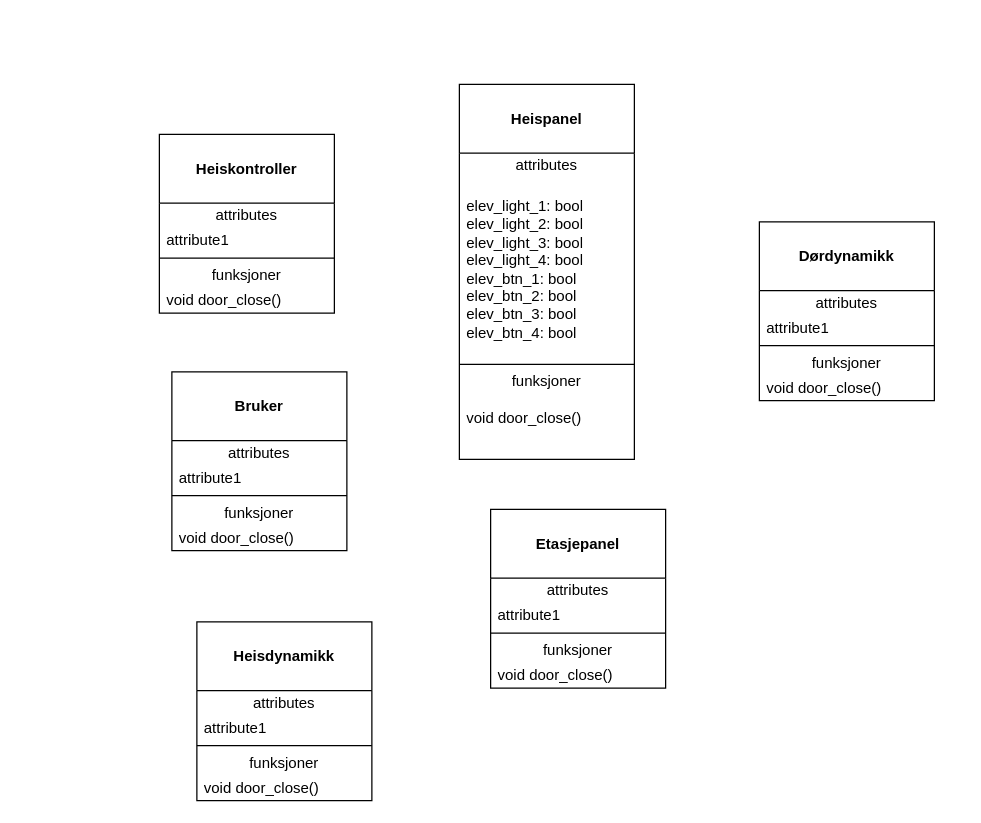
The draw.io diagram page "Klassediagram" (2 of 3) of Media/sekvensdiagram.drawio in sjur2k/heislab_V2024, before the edit. Source tidied: cells renumbered, new cells numbered last; positions are measured from the earlier drawing's top-left corner, leaving out a move shared by most shapes. Both pictures are drawn from the tidied source at 125%, with x=0, y=0 at pixel (159, 84).
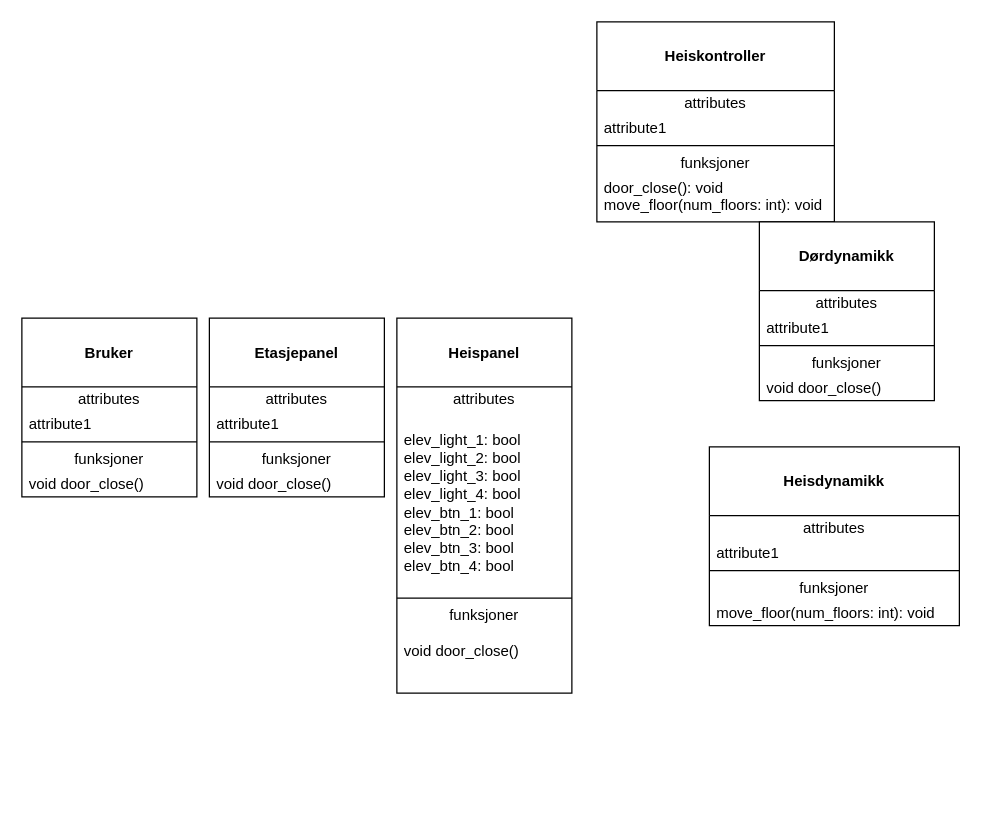
The same diagram, later.

Change to the diagram source:
```diff
@@
     <mxCell id="2" value="&lt;div&gt;&lt;b&gt;&lt;br&gt;&lt;/b&gt;&lt;/div&gt;&lt;div&gt;&lt;b&gt;Heiskontroller&lt;/b&gt;&lt;/div&gt;" style="swimlane;fontStyle=0;align=center;verticalAlign=top;horizontal=1;startSize=55;html=1;whiteSpace=wrap;" parent="1" vertex="1">
-      <mxGeometry y="40" width="140" height="143" as="geometry" />
+      <mxGeometry x="350" y="-50" width="190" height="160" as="geometry" />
     </mxCell>
     <mxCell id="3" value="attributes" style="text;html=1;strokeColor=none;fillColor=none;align=center;verticalAlign=middle;spacingLeft=4;spacingRight=4;overflow=hidden;whiteSpace=wrap;" parent="2" vertex="1">
-      <mxGeometry y="55" width="140" height="20" as="geometry" />
+      <mxGeometry y="55" width="190" height="20" as="geometry" />
     </mxCell>
     <mxCell id="4" value="attribute1" style="text;html=1;strokeColor=none;fillColor=none;align=left;verticalAlign=middle;spacingLeft=4;spacingRight=4;overflow=hidden;whiteSpace=wrap;" parent="2" vertex="1">
-      <mxGeometry y="75" width="140" height="20" as="geometry" />
+      <mxGeometry y="75" width="190" height="20" as="geometry" />
     </mxCell>
     <mxCell id="5" style="line;strokeWidth=1;fillColor=none;align=left;verticalAlign=middle;spacingTop=-1;spacingLeft=3;spacingRight=3;labelPosition=right;" parent="2" vertex="1">
-      <mxGeometry y="95" width="140" height="8" as="geometry" />
+      <mxGeometry y="95" width="190" height="8" as="geometry" />
     </mxCell>
     <mxCell id="6" value="funksjoner" style="text;html=1;strokeColor=none;fillColor=none;align=center;verticalAlign=middle;spacingLeft=4;spacingRight=4;overflow=hidden;whiteSpace=wrap;" parent="2" vertex="1">
-      <mxGeometry y="103" width="140" height="20" as="geometry" />
+      <mxGeometry y="103" width="190" height="20" as="geometry" />
     </mxCell>
-    <mxCell id="7" value="&lt;div&gt;void door_close()&lt;/div&gt;&lt;div&gt;&lt;br&gt;&lt;/div&gt;" style="text;html=1;strokeColor=none;fillColor=none;align=left;verticalAlign=middle;spacingLeft=4;spacingRight=4;overflow=hidden;whiteSpace=wrap;" parent="2" vertex="1">
-      <mxGeometry y="123" width="140" height="20" as="geometry" />
+    <mxCell id="7" value="&lt;div&gt;door_close(): void&lt;br&gt;&lt;/div&gt;&lt;div&gt;move_floor(num_floors: int): void&lt;br&gt;&lt;/div&gt;&lt;div&gt;&lt;br&gt;&lt;br&gt;&lt;/div&gt;" style="text;html=1;strokeColor=none;fillColor=none;align=left;verticalAlign=middle;spacingLeft=4;spacingRight=4;overflow=hidden;whiteSpace=wrap;" parent="2" vertex="1">
+      <mxGeometry y="123" width="190" height="37" as="geometry" />
     </mxCell>
     <mxCell id="8" value="&lt;div&gt;&lt;b&gt;&lt;br&gt;&lt;/b&gt;&lt;/div&gt;&lt;div&gt;&lt;b&gt;Heispanel&lt;/b&gt;&lt;/div&gt;" style="swimlane;fontStyle=0;align=center;verticalAlign=top;horizontal=1;startSize=55;html=1;whiteSpace=wrap;" parent="1" vertex="1">
-      <mxGeometry x="240" width="140" height="300" as="geometry" />
+      <mxGeometry x="190" y="187" width="140" height="300" as="geometry" />
     </mxCell>
@@
     <mxCell id="14" value="&lt;div&gt;&lt;b&gt;&lt;br&gt;&lt;/b&gt;&lt;/div&gt;&lt;b&gt;Bruker&lt;/b&gt;" style="swimlane;fontStyle=0;align=center;verticalAlign=top;horizontal=1;startSize=55;html=1;whiteSpace=wrap;" parent="1" vertex="1">
-      <mxGeometry x="10" y="230" width="140" height="143" as="geometry" />
+      <mxGeometry x="-110" y="187" width="140" height="143" as="geometry" />
     </mxCell>
@@
     <mxCell id="20" value="&lt;div&gt;&lt;b&gt;&lt;br&gt;&lt;/b&gt;&lt;/div&gt;&lt;b&gt;Etasjepanel&lt;/b&gt;" style="swimlane;fontStyle=0;align=center;verticalAlign=top;horizontal=1;startSize=55;html=1;whiteSpace=wrap;" parent="1" vertex="1">
-      <mxGeometry x="265" y="340" width="140" height="143" as="geometry" />
+      <mxGeometry x="40" y="187" width="140" height="143" as="geometry" />
     </mxCell>
@@
     <mxCell id="26" value="&lt;div&gt;&lt;b&gt;&lt;br&gt;&lt;/b&gt;&lt;/div&gt;&lt;div&gt;&lt;b&gt;Heisdynamikk&lt;br&gt;&lt;/b&gt;&lt;/div&gt;" style="swimlane;fontStyle=0;align=center;verticalAlign=top;horizontal=1;startSize=55;html=1;whiteSpace=wrap;" parent="1" vertex="1">
-      <mxGeometry x="30" y="430" width="140" height="143" as="geometry" />
+      <mxGeometry x="440" y="290" width="200" height="143" as="geometry" />
     </mxCell>
     <mxCell id="27" value="attributes" style="text;html=1;strokeColor=none;fillColor=none;align=center;verticalAlign=middle;spacingLeft=4;spacingRight=4;overflow=hidden;whiteSpace=wrap;" parent="26" vertex="1">
-      <mxGeometry y="55" width="140" height="20" as="geometry" />
+      <mxGeometry y="55" width="200" height="20" as="geometry" />
     </mxCell>
     <mxCell id="28" value="attribute1" style="text;html=1;strokeColor=none;fillColor=none;align=left;verticalAlign=middle;spacingLeft=4;spacingRight=4;overflow=hidden;whiteSpace=wrap;" parent="26" vertex="1">
-      <mxGeometry y="75" width="140" height="20" as="geometry" />
+      <mxGeometry y="75" width="200" height="20" as="geometry" />
     </mxCell>
     <mxCell id="29" style="line;strokeWidth=1;fillColor=none;align=left;verticalAlign=middle;spacingTop=-1;spacingLeft=3;spacingRight=3;labelPosition=right;" parent="26" vertex="1">
-      <mxGeometry y="95" width="140" height="8" as="geometry" />
+      <mxGeometry y="95" width="200" height="8" as="geometry" />
     </mxCell>
     <mxCell id="30" value="funksjoner" style="text;html=1;strokeColor=none;fillColor=none;align=center;verticalAlign=middle;spacingLeft=4;spacingRight=4;overflow=hidden;whiteSpace=wrap;" parent="26" vertex="1">
-      <mxGeometry y="103" width="140" height="20" as="geometry" />
+      <mxGeometry y="103" width="200" height="20" as="geometry" />
     </mxCell>
-    <mxCell id="31" value="&lt;div&gt;void door_close()&lt;/div&gt;&lt;div&gt;&lt;br&gt;&lt;/div&gt;" style="text;html=1;strokeColor=none;fillColor=none;align=left;verticalAlign=middle;spacingLeft=4;spacingRight=4;overflow=hidden;whiteSpace=wrap;" parent="26" vertex="1">
-      <mxGeometry y="123" width="140" height="20" as="geometry" />
+    <mxCell id="31" value="&lt;div&gt;move_floor(num_floors: int): void&lt;br&gt;&lt;/div&gt;&lt;div&gt;&lt;br&gt;&lt;/div&gt;" style="text;html=1;strokeColor=none;fillColor=none;align=left;verticalAlign=middle;spacingLeft=4;spacingRight=4;overflow=hidden;whiteSpace=wrap;" parent="26" vertex="1">
+      <mxGeometry y="123" width="200" height="20" as="geometry" />
     </mxCell>
```
